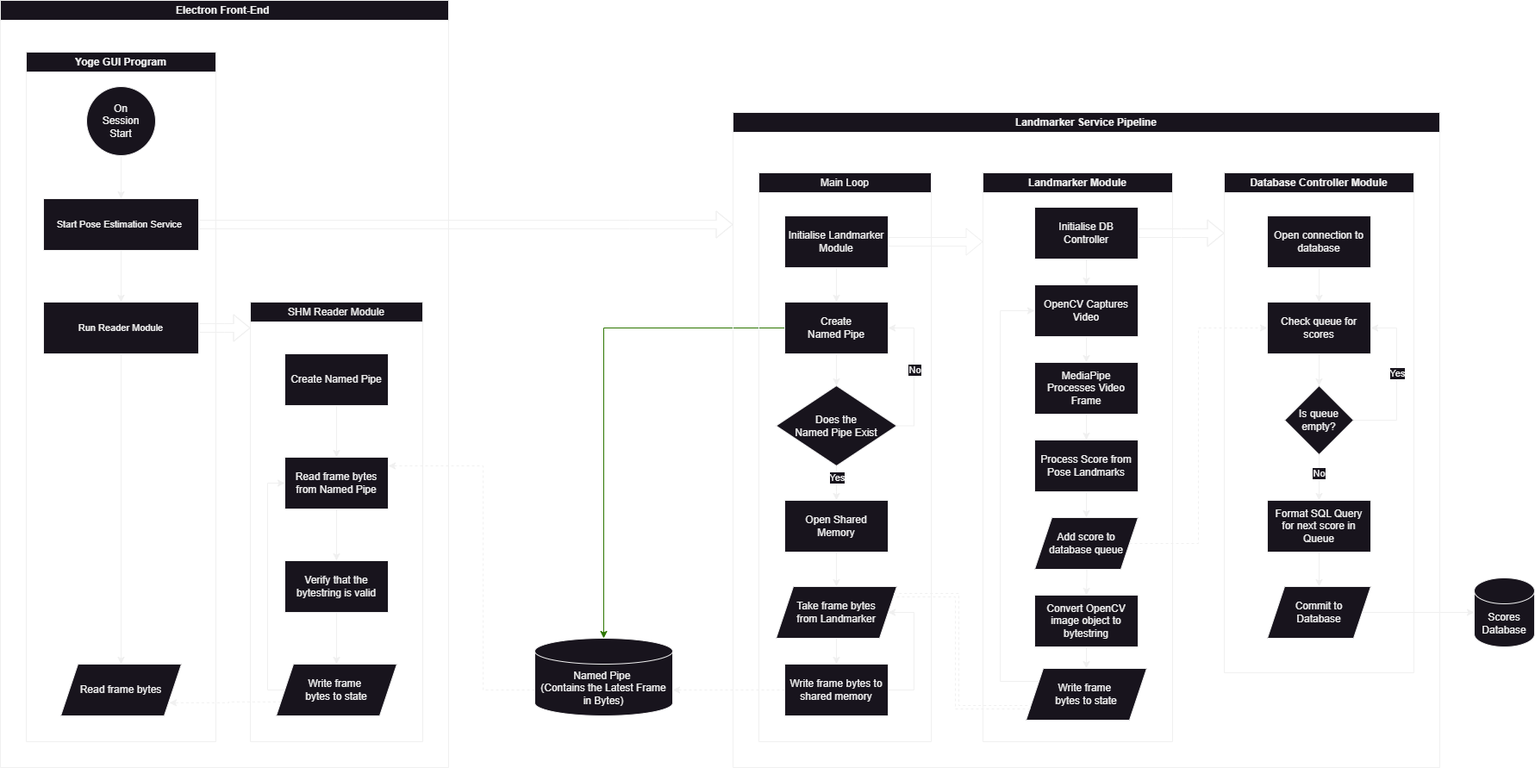
Above: docs/archi.drawio.png in EduardNaldozaCPE/Yoge (draw.io), before the change. Source tidied: cells renumbered, new cells last; positions are measured from the earlier drawing's top-left corner, leaving out a move shared by most shapes.
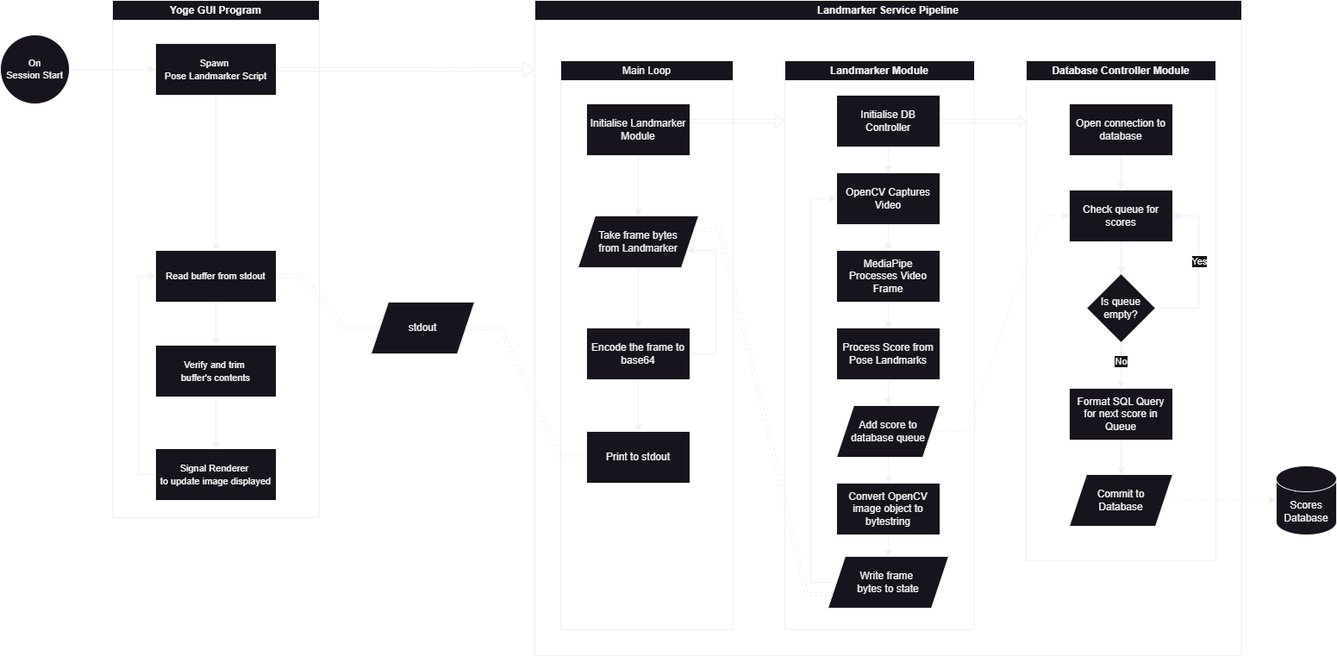
After the commit.

Change to the diagram source:
```diff
@@ -5,61 +5,39 @@
     <mxCell id="2" value="Yoge GUI Program" style="swimlane;whiteSpace=wrap;html=1;" parent="1" vertex="1">
-      <mxGeometry x="30" y="60" width="220" height="800" as="geometry" />
+      <mxGeometry x="360" y="130" width="240" height="600" as="geometry" />
     </mxCell>
-    <mxCell id="3" value="On&lt;div&gt;Session&lt;br&gt;Start&lt;/div&gt;" style="ellipse;whiteSpace=wrap;html=1;" parent="2" vertex="1">
-      <mxGeometry x="70" y="40" width="80" height="80" as="geometry" />
-    </mxCell>
-    <mxCell id="4" value="&lt;span style=&quot;font-size: 11px; text-wrap: nowrap;&quot;&gt;Start Pose Estimation Service&amp;nbsp;&lt;/span&gt;" style="rounded=0;whiteSpace=wrap;html=1;" parent="2" vertex="1">
-      <mxGeometry x="20" y="170" width="180" height="60" as="geometry" />
+    <mxCell id="4" value="&lt;span style=&quot;font-size: 11px; text-wrap: nowrap;&quot;&gt;Spawn&amp;nbsp;&lt;/span&gt;&lt;div&gt;&lt;span style=&quot;font-size: 11px; text-wrap: nowrap;&quot;&gt;Pose Landmarker Script&lt;/span&gt;&lt;/div&gt;" style="rounded=0;whiteSpace=wrap;html=1;" parent="2" vertex="1">
+      <mxGeometry x="50" y="50" width="140" height="60" as="geometry" />
     </mxCell>
-    <mxCell id="5" style="endArrow=classic;html=1;rounded=0;" parent="2" edge="1" source="3" target="4">
-      <mxGeometry relative="1" as="geometry" />
-    </mxCell>
-    <mxCell id="6" value="Read frame bytes" style="shape=parallelogram;perimeter=parallelogramPerimeter;whiteSpace=wrap;html=1;fixedSize=1;" parent="2" vertex="1">
-      <mxGeometry x="40" y="710" width="140" height="60" as="geometry" />
-    </mxCell>
-    <mxCell id="7" style="edgeStyle=orthogonalEdgeStyle;rounded=0;jettySize=auto;html=1;" parent="2" edge="1" source="10" target="6">
-      <mxGeometry relative="1" as="geometry" />
-    </mxCell>
-    <mxCell id="8" style="edgeStyle=orthogonalEdgeStyle;rounded=0;jettySize=auto;html=1;" parent="2" edge="1" source="4" target="10">
+    <mxCell id="8" style="edgeStyle=orthogonalEdgeStyle;rounded=0;jettySize=auto;html=1;" parent="2" edge="1" source="4" target="79">
       <mxGeometry relative="1" as="geometry" />
     </mxCell>
-    <mxCell id="9" style="edgeStyle=orthogonalEdgeStyle;rounded=0;jettySize=auto;html=1;shape=flexArrow;" parent="2" edge="1" source="10">
-      <mxGeometry relative="1" as="geometry">
-        <mxPoint x="260" y="320" as="targetPoint" />
-      </mxGeometry>
-    </mxCell>
-    <mxCell id="10" value="&lt;span style=&quot;font-size: 11px; text-wrap: nowrap;&quot;&gt;Run Reader Module&lt;/span&gt;" style="rounded=0;whiteSpace=wrap;html=1;" parent="2" vertex="1">
-      <mxGeometry x="20" y="290" width="180" height="60" as="geometry" />
-    </mxCell>
-    <mxCell id="11" style="edgeStyle=orthogonalEdgeStyle;rounded=0;jettySize=auto;html=1;dashed=1;" parent="1" edge="1" source="33" target="12">
-      <mxGeometry relative="1" as="geometry">
-        <Array as="points">
-          <mxPoint x="810" y="800" />
-          <mxPoint x="810" y="800" />
-        </Array>
-      </mxGeometry>
-    </mxCell>
-    <mxCell id="12" value="Named Pipe&amp;nbsp;&lt;div&gt;(Contains&amp;nbsp;&lt;span style=&quot;background-color: initial;&quot;&gt;the Latest Frame in Bytes)&lt;/span&gt;&lt;/div&gt;" style="shape=cylinder3;whiteSpace=wrap;html=1;boundedLbl=1;backgroundOutline=1;size=15;" parent="1" vertex="1">
-      <mxGeometry x="620" y="740" width="160" height="90" as="geometry" />
-    </mxCell>
-    <mxCell id="13" style="edgeStyle=orthogonalEdgeStyle;rounded=0;jettySize=auto;html=1;dashed=1;" parent="1" edge="1" source="12" target="18">
-      <mxGeometry relative="1" as="geometry">
-        <Array as="points">
-          <mxPoint x="560" y="800" />
-          <mxPoint x="560" y="540" />
-        </Array>
-      </mxGeometry>
-    </mxCell>
-    <mxCell id="14" style="edgeStyle=orthogonalEdgeStyle;rounded=0;jettySize=auto;html=1;fillColor=#60a917;strokeColor=#2D7600;" parent="1" edge="1" source="40" target="12">
-      <mxGeometry relative="1" as="geometry">
-        <Array as="points">
-          <mxPoint x="700" y="380" />
-        </Array>
-      </mxGeometry>
-    </mxCell>
+    <mxCell id="78" style="edgeStyle=orthogonalEdgeStyle;rounded=0;jettySize=auto;html=1;" parent="2" edge="1" source="79" target="81">
+      <mxGeometry relative="1" as="geometry" />
+    </mxCell>
+    <mxCell id="79" value="&lt;span style=&quot;font-size: 11px; text-wrap: nowrap;&quot;&gt;Read buffer from&lt;/span&gt;&lt;span style=&quot;font-size: 11px; text-wrap: nowrap; background-color: initial;&quot;&gt;&amp;nbsp;stdout&lt;/span&gt;" style="rounded=0;whiteSpace=wrap;html=1;" parent="2" vertex="1">
+      <mxGeometry x="50" y="290" width="140" height="60" as="geometry" />
+    </mxCell>
+    <mxCell id="80" style="edgeStyle=orthogonalEdgeStyle;rounded=0;jettySize=auto;html=1;" parent="2" edge="1" source="81" target="83">
+      <mxGeometry relative="1" as="geometry" />
+    </mxCell>
+    <mxCell id="81" value="&lt;span style=&quot;font-size: 11px; text-wrap: nowrap;&quot;&gt;Verify and trim&amp;nbsp;&lt;/span&gt;&lt;div&gt;&lt;span style=&quot;font-size: 11px; text-wrap: nowrap;&quot;&gt;buffer's contents&lt;/span&gt;&lt;/div&gt;" style="rounded=0;whiteSpace=wrap;html=1;" parent="2" vertex="1">
+      <mxGeometry x="50" y="400" width="140" height="60" as="geometry" />
+    </mxCell>
+    <mxCell id="82" style="edgeStyle=orthogonalEdgeStyle;rounded=0;jettySize=auto;html=1;entryX=0;entryY=0.5;entryDx=0;entryDy=0;" parent="2" edge="1" source="83" target="79">
+      <mxGeometry relative="1" as="geometry">
+        <Array as="points">
+          <mxPoint x="30" y="550" />
+          <mxPoint x="30" y="320" />
+        </Array>
+      </mxGeometry>
+    </mxCell>
+    <mxCell id="83" value="&lt;span style=&quot;font-size: 11px; text-wrap: nowrap;&quot;&gt;Signal Renderer&amp;nbsp;&lt;/span&gt;&lt;div&gt;&lt;span style=&quot;font-size: 11px; text-wrap: nowrap;&quot;&gt;to update image displayed&lt;/span&gt;&lt;/div&gt;" style="rounded=0;whiteSpace=wrap;html=1;" parent="2" vertex="1">
+      <mxGeometry x="50" y="520" width="140" height="60" as="geometry" />
+    </mxCell>
-    <mxCell id="15" style="edgeStyle=orthogonalEdgeStyle;rounded=0;jettySize=auto;html=1;shape=flexArrow;" parent="1" edge="1" source="4" target="24">
+    <mxCell id="15" style="edgeStyle=orthogonalEdgeStyle;rounded=0;jettySize=auto;html=1;shape=flexArrow;endWidth=12.741935483870968;endSize=3.85;width=4.032258064516129;" parent="1" edge="1" source="4">
       <mxGeometry relative="1" as="geometry">
+        <mxPoint x="850" y="210" as="targetPoint" />
         <Array as="points">
-          <mxPoint x="730" y="260" />
-          <mxPoint x="730" y="260" />
+          <mxPoint x="730" y="210" />
+          <mxPoint x="730" y="210" />
         </Array>
@@ -67,20 +45,2 @@
     </mxCell>
-    <mxCell id="16" value="&lt;span style=&quot;font-weight: 400;&quot;&gt;SHM&amp;nbsp;&lt;/span&gt;&lt;span style=&quot;font-weight: 400; background-color: initial;&quot;&gt;Reader Module&lt;/span&gt;" style="swimlane;whiteSpace=wrap;html=1;startSize=23;" parent="1" vertex="1">
-      <mxGeometry x="290" y="350" width="200" height="510" as="geometry" />
-    </mxCell>
-    <mxCell id="17" style="edgeStyle=orthogonalEdgeStyle;rounded=0;jettySize=auto;html=1;" parent="16" edge="1" source="19" target="18">
-      <mxGeometry relative="1" as="geometry" />
-    </mxCell>
-    <mxCell id="18" value="Read frame bytes from Named Pipe" style="rounded=0;whiteSpace=wrap;html=1;" parent="16" vertex="1">
-      <mxGeometry x="40" y="180" width="120" height="60" as="geometry" />
-    </mxCell>
-    <mxCell id="19" value="Create Named Pipe" style="rounded=0;whiteSpace=wrap;html=1;" parent="16" vertex="1">
-      <mxGeometry x="40" y="60" width="120" height="60" as="geometry" />
-    </mxCell>
-    <mxCell id="20" value="Verify that the bytestring is valid" style="rounded=0;whiteSpace=wrap;html=1;" parent="16" vertex="1">
-      <mxGeometry x="40" y="300" width="120" height="60" as="geometry" />
-    </mxCell>
-    <mxCell id="21" style="edgeStyle=orthogonalEdgeStyle;rounded=0;jettySize=auto;html=1;" parent="16" edge="1" source="18" target="20">
-      <mxGeometry relative="1" as="geometry" />
-    </mxCell>
     <mxCell id="22" value="Scores&lt;div&gt;Database&lt;/div&gt;" style="shape=cylinder3;whiteSpace=wrap;html=1;boundedLbl=1;backgroundOutline=1;size=15;" parent="1" vertex="1">
@@ -88,3 +48,3 @@
     </mxCell>
-    <mxCell id="23" style="edgeStyle=orthogonalEdgeStyle;rounded=0;jettySize=auto;html=1;" parent="1" edge="1" source="58" target="22">
+    <mxCell id="23" style="edgeStyle=orthogonalEdgeStyle;rounded=0;jettySize=auto;html=1;dashed=1;" parent="1" edge="1" source="58" target="22">
       <mxGeometry relative="1" as="geometry" />
@@ -111,14 +71,7 @@
     </mxCell>
-    <mxCell id="30" style="edgeStyle=orthogonalEdgeStyle;rounded=0;jettySize=auto;html=1;" parent="28" edge="1" source="31" target="43">
-      <mxGeometry relative="1" as="geometry" />
-    </mxCell>
-    <mxCell id="31" value="Open Shared Memory" style="rounded=0;whiteSpace=wrap;html=1;" parent="28" vertex="1">
-      <mxGeometry x="30" y="380" width="120" height="60" as="geometry" />
-    </mxCell>
-    <mxCell id="32" style="edgeStyle=orthogonalEdgeStyle;rounded=0;jettySize=auto;html=1;entryX=1;entryY=0.5;entryDx=0;entryDy=0;" parent="28" edge="1" source="33">
+    <mxCell id="32" style="edgeStyle=orthogonalEdgeStyle;rounded=0;jettySize=auto;html=1;" parent="28" edge="1" source="33" target="43">
       <mxGeometry relative="1" as="geometry">
-        <mxPoint x="150" y="510" as="targetPoint" />
         <Array as="points">
-          <mxPoint x="180" y="600" />
-          <mxPoint x="180" y="510" />
+          <mxPoint x="180" y="340" />
+          <mxPoint x="180" y="220" />
         </Array>
@@ -126,41 +79,9 @@
     </mxCell>
+    <mxCell id="84" style="edgeStyle=orthogonalEdgeStyle;rounded=0;jettySize=auto;html=1;" parent="28" edge="1" source="33" target="85">
+      <mxGeometry relative="1" as="geometry" />
+    </mxCell>
-    <mxCell id="33" value="Write frame bytes to shared memory" style="rounded=0;whiteSpace=wrap;html=1;" parent="28" vertex="1">
-      <mxGeometry x="30" y="570" width="120" height="60" as="geometry" />
+    <mxCell id="33" value="Encode the frame to&lt;div&gt;base64&lt;/div&gt;" style="rounded=0;whiteSpace=wrap;html=1;" parent="28" vertex="1">
+      <mxGeometry x="30" y="310" width="120" height="60" as="geometry" />
     </mxCell>
-    <mxCell id="34" style="edgeStyle=orthogonalEdgeStyle;rounded=0;jettySize=auto;html=1;" parent="28" edge="1" source="38" target="31">
-      <mxGeometry relative="1" as="geometry">
-        <Array as="points">
-          <mxPoint x="90" y="370" />
-          <mxPoint x="90" y="370" />
-        </Array>
-      </mxGeometry>
-    </mxCell>
-    <mxCell id="35" value="Yes" style="edgeLabel;html=1;align=center;verticalAlign=middle;" parent="34" vertex="1">
-      <mxGeometry x="0.45" y="-1" relative="1" as="geometry">
-        <mxPoint x="1" y="-15" as="offset" />
-      </mxGeometry>
-    </mxCell>
-    <mxCell id="36" style="edgeStyle=orthogonalEdgeStyle;rounded=0;jettySize=auto;html=1;exitX=1;exitY=0.5;exitDx=0;exitDy=0;" parent="28" edge="1" source="38" target="40">
-      <mxGeometry relative="1" as="geometry">
-        <Array as="points">
-          <mxPoint x="180" y="294" />
-          <mxPoint x="180" y="180" />
-        </Array>
-      </mxGeometry>
-    </mxCell>
-    <mxCell id="37" value="No" style="edgeLabel;html=1;align=center;verticalAlign=middle;" parent="36" vertex="1">
-      <mxGeometry x="-0.22" relative="1" as="geometry">
-        <mxPoint y="-22" as="offset" />
-      </mxGeometry>
-    </mxCell>
-    <mxCell id="38" value="Does the&lt;div&gt;Named Pipe&amp;nbsp;&lt;span style=&quot;background-color: initial;&quot;&gt;Exist&lt;/span&gt;&lt;/div&gt;" style="rhombus;whiteSpace=wrap;html=1;" parent="28" vertex="1">
-      <mxGeometry x="20" y="247" width="140" height="93" as="geometry" />
-    </mxCell>
-    <mxCell id="39" style="edgeStyle=orthogonalEdgeStyle;rounded=0;jettySize=auto;html=1;" parent="28" edge="1" source="40" target="38">
-      <mxGeometry relative="1" as="geometry" />
-    </mxCell>
-    <mxCell id="40" value="Create&lt;div&gt;Named Pipe&lt;/div&gt;" style="rounded=0;whiteSpace=wrap;html=1;" parent="28" vertex="1">
-      <mxGeometry x="30" y="150" width="120" height="60" as="geometry" />
-    </mxCell>
-    <mxCell id="41" style="edgeStyle=orthogonalEdgeStyle;rounded=0;jettySize=auto;html=1;" parent="28" edge="1" source="42" target="40">
+    <mxCell id="41" style="edgeStyle=orthogonalEdgeStyle;rounded=0;jettySize=auto;html=1;" parent="28" edge="1" source="42" target="43">
       <mxGeometry relative="1" as="geometry" />
@@ -171,19 +92,9 @@
     <mxCell id="43" value="Take frame bytes&lt;div&gt;from Landmarker&lt;/div&gt;" style="shape=parallelogram;perimeter=parallelogramPerimeter;whiteSpace=wrap;html=1;fixedSize=1;" parent="28" vertex="1">
-      <mxGeometry x="20" y="480" width="140" height="60" as="geometry" />
+      <mxGeometry x="20" y="180" width="140" height="60" as="geometry" />
     </mxCell>
-    <mxCell id="44" style="edgeStyle=orthogonalEdgeStyle;rounded=0;jettySize=auto;html=1;shape=flexArrow;" parent="24" edge="1" source="42" target="25">
-      <mxGeometry relative="1" as="geometry">
-        <Array as="points">
-          <mxPoint x="350" y="150" />
-          <mxPoint x="350" y="150" />
-        </Array>
-      </mxGeometry>
-    </mxCell>
+    <mxCell id="85" value="Print to stdout" style="whiteSpace=wrap;html=1;rounded=0;" parent="28" vertex="1">
+      <mxGeometry x="30" y="430" width="120" height="60" as="geometry" />
+    </mxCell>
-    <mxCell id="45" style="edgeStyle=orthogonalEdgeStyle;rounded=0;jettySize=auto;html=1;dashed=1;shape=link;" parent="24" edge="1" source="27" target="43">
-      <mxGeometry relative="1" as="geometry">
-        <Array as="points">
-          <mxPoint x="260" y="690" />
-          <mxPoint x="260" y="560" />
-        </Array>
-      </mxGeometry>
+    <mxCell id="45" style="edgeStyle=entityRelationEdgeStyle;rounded=0;jettySize=auto;html=1;dashed=1;shape=link;entryX=1;entryY=0.25;entryDx=0;entryDy=0;exitX=0;exitY=0.75;exitDx=0;exitDy=0;" parent="24" edge="1" source="27" target="43">
+      <mxGeometry relative="1" as="geometry" />
     </mxCell>
@@ -233,9 +144,4 @@
     </mxCell>
-    <mxCell id="59" style="edgeStyle=orthogonalEdgeStyle;rounded=0;jettySize=auto;html=1;dashed=1;" parent="24" edge="1" source="67" target="52">
-      <mxGeometry relative="1" as="geometry">
-        <Array as="points">
-          <mxPoint x="540" y="500" />
-          <mxPoint x="540" y="250" />
-        </Array>
-      </mxGeometry>
+    <mxCell id="59" style="edgeStyle=entityRelationEdgeStyle;rounded=0;jettySize=auto;html=1;dashed=1;" parent="24" edge="1" source="67" target="52">
+      <mxGeometry relative="1" as="geometry" />
     </mxCell>
@@ -253,7 +159,7 @@
     </mxCell>
-    <mxCell id="64" style="edgeStyle=orthogonalEdgeStyle;rounded=0;jettySize=auto;html=1;shape=flexArrow;" parent="24" edge="1" source="65">
-      <mxGeometry relative="1" as="geometry">
-        <mxPoint x="570" y="140" as="targetPoint" />
-      </mxGeometry>
-    </mxCell>
+    <mxCell id="86" style="edgeStyle=orthogonalEdgeStyle;shape=flexArrow;rounded=0;jettySize=auto;html=1;strokeColor=default;align=center;verticalAlign=middle;fontFamily=Helvetica;fontSize=11;fontColor=default;labelBackgroundColor=default;endArrow=classic;endSize=2.0142857142857142;width=4.285714285714286;endWidth=7.959183673469388;" parent="24" edge="1" source="65">
+      <mxGeometry relative="1" as="geometry">
+        <mxPoint x="570" y="140" as="targetPoint" />
+      </mxGeometry>
+    </mxCell>
     <mxCell id="65" value="Initialise DB Controller" style="rounded=0;whiteSpace=wrap;html=1;" parent="24" vertex="1">
@@ -276,7 +182,7 @@
     </mxCell>
-    <mxCell id="71" style="edgeStyle=orthogonalEdgeStyle;rounded=0;jettySize=auto;html=1;" parent="24" edge="1" source="27" target="61">
+    <mxCell id="71" style="edgeStyle=orthogonalEdgeStyle;rounded=0;jettySize=auto;html=1;exitX=0;exitY=0.5;exitDx=0;exitDy=0;" parent="24" edge="1" source="27" target="61">
       <mxGeometry relative="1" as="geometry">
         <Array as="points">
-          <mxPoint x="310" y="660" />
-          <mxPoint x="310" y="230" />
+          <mxPoint x="320" y="675" />
+          <mxPoint x="320" y="230" />
         </Array>
@@ -287,26 +193,35 @@
     </mxCell>
-    <mxCell id="73" value="Electron Front-End&amp;nbsp;" style="swimlane;whiteSpace=wrap;html=1;" parent="1" vertex="1">
-      <mxGeometry width="520" height="890" as="geometry" />
-    </mxCell>
-    <mxCell id="74" value="Write frame&amp;nbsp;&lt;div&gt;bytes to state&lt;/div&gt;" style="shape=parallelogram;perimeter=parallelogramPerimeter;whiteSpace=wrap;html=1;fixedSize=1;" parent="73" vertex="1">
-      <mxGeometry x="320" y="770" width="140" height="60" as="geometry" />
-    </mxCell>
-    <mxCell id="75" style="edgeStyle=orthogonalEdgeStyle;rounded=0;jettySize=auto;html=1;dashed=1;exitX=0;exitY=0.75;exitDx=0;exitDy=0;entryX=0.9;entryY=0.747;entryDx=0;entryDy=0;entryPerimeter=0;" parent="1" edge="1" source="74" target="6">
-      <mxGeometry relative="1" as="geometry">
-        <Array as="points">
-          <mxPoint x="265" y="814" />
-        </Array>
-      </mxGeometry>
-    </mxCell>
-    <mxCell id="76" style="edgeStyle=orthogonalEdgeStyle;rounded=0;jettySize=auto;html=1;" parent="1" edge="1" source="20" target="74">
-      <mxGeometry relative="1" as="geometry" />
-    </mxCell>
-    <mxCell id="77" style="edgeStyle=orthogonalEdgeStyle;rounded=0;jettySize=auto;html=1;" parent="1" edge="1" source="74" target="18">
-      <mxGeometry relative="1" as="geometry">
-        <Array as="points">
-          <mxPoint x="310" y="800" />
-          <mxPoint x="310" y="560" />
-        </Array>
-      </mxGeometry>
-    </mxCell>
+    <mxCell id="87" style="edgeStyle=orthogonalEdgeStyle;rounded=0;jettySize=auto;html=1;shape=flexArrow;endWidth=9.416873449131513;endSize=3.115384615384615;width=4.032258064516129;" parent="24" edge="1" source="42">
+      <mxGeometry relative="1" as="geometry">
+        <mxPoint x="290" y="140" as="targetPoint" />
+        <Array as="points">
+          <mxPoint x="220" y="140" />
+          <mxPoint x="220" y="140" />
+        </Array>
+      </mxGeometry>
+    </mxCell>
+    <mxCell id="88" style="edgeStyle=entityRelationEdgeStyle;rounded=0;jettySize=auto;html=1;dashed=1;shape=link;endWidth=11.08843537414966;width=4.193548387096774;" parent="1" edge="1" source="89" target="79">
+      <mxGeometry relative="1" as="geometry" />
+    </mxCell>
+    <mxCell id="89" value="stdout" style="shape=parallelogram;perimeter=parallelogramPerimeter;whiteSpace=wrap;html=1;fixedSize=1;" parent="1" vertex="1">
+      <mxGeometry x="660" y="480" width="120" height="60" as="geometry" />
+    </mxCell>
+    <mxCell id="90" style="edgeStyle=entityRelationEdgeStyle;rounded=0;jettySize=auto;html=1;dashed=1;shape=link;endWidth=11.157407407407407;" parent="1" edge="1" source="85" target="89">
+      <mxGeometry relative="1" as="geometry">
+        <Array as="points">
+          <mxPoint x="850" y="610" />
+          <mxPoint x="780" y="630" />
+          <mxPoint x="700" y="500" />
+          <mxPoint x="800" y="510" />
+          <mxPoint x="710" y="580" />
+          <mxPoint x="830" y="530" />
+        </Array>
+      </mxGeometry>
+    </mxCell>
+    <mxCell id="5" style="edgeStyle=orthogonalEdgeStyle;rounded=0;jettySize=auto;html=1;strokeColor=default;align=center;verticalAlign=middle;fontFamily=Helvetica;fontSize=11;fontColor=default;labelBackgroundColor=default;endArrow=classic;" parent="1" edge="1" source="3" target="4">
+      <mxGeometry relative="1" as="geometry" />
+    </mxCell>
+    <mxCell id="3" value="On&lt;div&gt;Session Start&lt;/div&gt;" style="ellipse;whiteSpace=wrap;html=1;fontFamily=Helvetica;fontSize=11;fontColor=default;labelBackgroundColor=default;" parent="1" vertex="1">
+      <mxGeometry x="230" y="170" width="80" height="80" as="geometry" />
+    </mxCell>
   </root>
```
